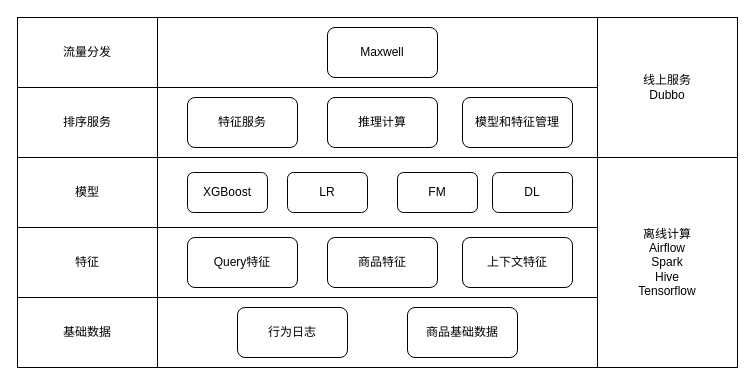
This is engineering/架构设计/推荐排序算法架构.drawio from Wanke15/wanke15.github.io, a draw.io file, before an edit. Source tidied: cells renumbered, new cells numbered last; positions are measured from the earlier drawing's top-left corner, leaving out a move shared by most shapes. Both pictures are drawn from the tidied source at 100%, with x=0, y=0 at pixel (17, 17).
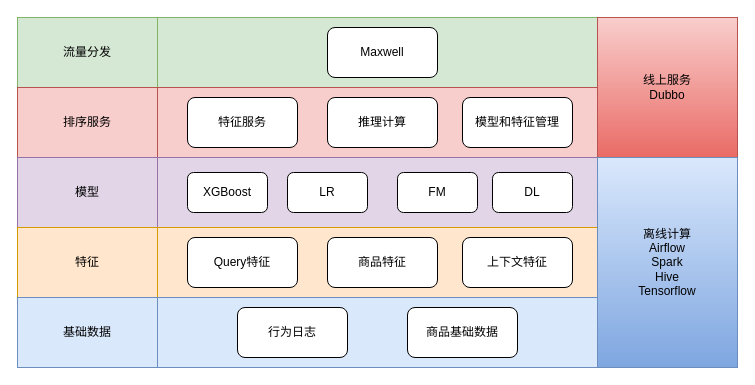
After the change.

Commit message (it also covers changes not shown here):
Update 推荐排序算法架构.drawio

Diff of the diagram source:
```diff
@@
-    <mxCell id="2" value="流量分发" style="rounded=0;whiteSpace=wrap;html=1;" parent="1" vertex="1">
+    <mxCell id="2" value="流量分发" style="rounded=0;whiteSpace=wrap;html=1;fillColor=#d5e8d4;strokeColor=#82b366;" parent="1" vertex="1">
       <mxGeometry width="140" height="70" as="geometry" />
     </mxCell>
-    <mxCell id="3" value="排序服务" style="rounded=0;whiteSpace=wrap;html=1;" parent="1" vertex="1">
+    <mxCell id="3" value="排序服务" style="rounded=0;whiteSpace=wrap;html=1;fillColor=#f8cecc;strokeColor=#b85450;" parent="1" vertex="1">
       <mxGeometry y="70" width="140" height="70" as="geometry" />
     </mxCell>
-    <mxCell id="4" style="rounded=0;whiteSpace=wrap;html=1;" parent="1" vertex="1">
+    <mxCell id="4" style="rounded=0;whiteSpace=wrap;html=1;fillColor=#d5e8d4;strokeColor=#82b366;" parent="1" vertex="1">
       <mxGeometry x="140" width="440" height="70" as="geometry" />
     </mxCell>
@@
-    <mxCell id="6" style="rounded=0;whiteSpace=wrap;html=1;" parent="1" vertex="1">
+    <mxCell id="6" style="rounded=0;whiteSpace=wrap;html=1;fillColor=#f8cecc;strokeColor=#b85450;" parent="1" vertex="1">
       <mxGeometry x="140" y="70" width="440" height="70" as="geometry" />
     </mxCell>
@@
-    <mxCell id="10" value="模型" style="rounded=0;whiteSpace=wrap;html=1;" parent="1" vertex="1">
+    <mxCell id="10" value="模型" style="rounded=0;whiteSpace=wrap;html=1;fillColor=#e1d5e7;strokeColor=#9673a6;" parent="1" vertex="1">
       <mxGeometry y="140" width="140" height="70" as="geometry" />
     </mxCell>
-    <mxCell id="11" style="rounded=0;whiteSpace=wrap;html=1;" parent="1" vertex="1">
+    <mxCell id="11" style="rounded=0;whiteSpace=wrap;html=1;fillColor=#e1d5e7;strokeColor=#9673a6;" parent="1" vertex="1">
       <mxGeometry x="140" y="140" width="440" height="70" as="geometry" />
     </mxCell>
@@
-    <mxCell id="16" value="特征" style="rounded=0;whiteSpace=wrap;html=1;" parent="1" vertex="1">
+    <mxCell id="16" value="特征" style="rounded=0;whiteSpace=wrap;html=1;fillColor=#ffe6cc;strokeColor=#d79b00;" parent="1" vertex="1">
       <mxGeometry y="210" width="140" height="70" as="geometry" />
     </mxCell>
-    <mxCell id="17" style="rounded=0;whiteSpace=wrap;html=1;" parent="1" vertex="1">
+    <mxCell id="17" style="rounded=0;whiteSpace=wrap;html=1;fillColor=#ffe6cc;strokeColor=#d79b00;" parent="1" vertex="1">
       <mxGeometry x="140" y="210" width="440" height="70" as="geometry" />
     </mxCell>
@@
-    <mxCell id="21" value="基础数据" style="rounded=0;whiteSpace=wrap;html=1;" parent="1" vertex="1">
+    <mxCell id="21" value="基础数据" style="rounded=0;whiteSpace=wrap;html=1;fillColor=#dae8fc;strokeColor=#6c8ebf;" parent="1" vertex="1">
       <mxGeometry y="280" width="140" height="70" as="geometry" />
     </mxCell>
-    <mxCell id="22" style="rounded=0;whiteSpace=wrap;html=1;" parent="1" vertex="1">
+    <mxCell id="22" style="rounded=0;whiteSpace=wrap;html=1;fillColor=#dae8fc;strokeColor=#6c8ebf;" parent="1" vertex="1">
       <mxGeometry x="140" y="280" width="440" height="70" as="geometry" />
     </mxCell>
@@
-    <mxCell id="25" value="线上服务&lt;br&gt;Dubbo" style="rounded=0;whiteSpace=wrap;html=1;" parent="1" vertex="1">
+    <mxCell id="25" value="线上服务&lt;br&gt;Dubbo" style="rounded=0;whiteSpace=wrap;html=1;gradientColor=#ea6b66;fillColor=#f8cecc;strokeColor=#b85450;" parent="1" vertex="1">
       <mxGeometry x="580" width="140" height="140" as="geometry" />
     </mxCell>
-    <mxCell id="26" value="离线计算&lt;br&gt;Airflow&lt;br&gt;Spark&lt;br&gt;Hive&lt;br&gt;Tensorflow" style="rounded=0;whiteSpace=wrap;html=1;" parent="1" vertex="1">
+    <mxCell id="26" value="离线计算&lt;br&gt;Airflow&lt;br&gt;Spark&lt;br&gt;Hive&lt;br&gt;Tensorflow" style="rounded=0;whiteSpace=wrap;html=1;gradientColor=#7ea6e0;fillColor=#dae8fc;strokeColor=#6c8ebf;" parent="1" vertex="1">
       <mxGeometry x="580" y="140" width="140" height="210" as="geometry" />
     </mxCell>
```
